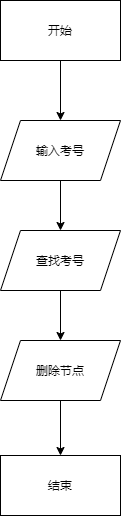
Above: CourseDesignOfDataStructure/picture/p1/Remove().png in Shotray/Gaint (draw.io), before the change. Source tidied: cells renumbered, new cells last; positions are measured from the earlier drawing's top-left corner, leaving out a move shared by most shapes. Its diagram source:
```xml
<mxGraphModel>
  <root>
    <mxCell id="0" />
    <mxCell id="1" parent="0" />
    <mxCell id="2" style="edgeStyle=orthogonalEdgeStyle;rounded=0;jettySize=auto;html=1;exitX=0.5;exitY=1;exitDx=0;exitDy=0;" parent="1" edge="1" source="3" target="5">
      <mxGeometry relative="1" as="geometry" />
    </mxCell>
    <mxCell id="3" value="开始" style="rounded=0;whiteSpace=wrap;html=1;" parent="1" vertex="1">
      <mxGeometry width="120" height="60" as="geometry" />
    </mxCell>
    <mxCell id="4" style="edgeStyle=orthogonalEdgeStyle;rounded=0;jettySize=auto;html=1;exitX=0.5;exitY=1;exitDx=0;exitDy=0;" parent="1" edge="1" source="5" target="7">
      <mxGeometry relative="1" as="geometry" />
    </mxCell>
    <mxCell id="5" value="输入考号" style="shape=parallelogram;perimeter=parallelogramPerimeter;whiteSpace=wrap;html=1;fixedSize=1;" parent="1" vertex="1">
      <mxGeometry y="120" width="120" height="60" as="geometry" />
    </mxCell>
    <mxCell id="6" style="edgeStyle=orthogonalEdgeStyle;rounded=0;jettySize=auto;html=1;exitX=0.5;exitY=1;exitDx=0;exitDy=0;entryX=0.5;entryY=0;entryDx=0;entryDy=0;" parent="1" edge="1" source="7" target="9">
      <mxGeometry relative="1" as="geometry" />
    </mxCell>
    <mxCell id="7" value="查找考号" style="shape=parallelogram;perimeter=parallelogramPerimeter;whiteSpace=wrap;html=1;fixedSize=1;" parent="1" vertex="1">
      <mxGeometry y="230" width="120" height="60" as="geometry" />
    </mxCell>
    <mxCell id="8" style="edgeStyle=orthogonalEdgeStyle;rounded=0;jettySize=auto;html=1;exitX=0.5;exitY=1;exitDx=0;exitDy=0;entryX=0.5;entryY=0;entryDx=0;entryDy=0;" parent="1" edge="1" source="9" target="10">
      <mxGeometry relative="1" as="geometry" />
    </mxCell>
    <mxCell id="9" value="删除节点" style="shape=parallelogram;perimeter=parallelogramPerimeter;whiteSpace=wrap;html=1;fixedSize=1;" parent="1" vertex="1">
      <mxGeometry y="340" width="120" height="60" as="geometry" />
    </mxCell>
    <mxCell id="10" value="结束" style="rounded=0;whiteSpace=wrap;html=1;" parent="1" vertex="1">
      <mxGeometry y="455" width="120" height="60" as="geometry" />
    </mxCell>
  </root>
</mxGraphModel>
```
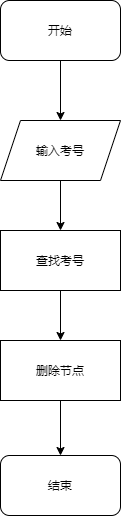
After the change.

The edit, as a diff of the source:
```diff
@@ -2,31 +2,41 @@
   <root>
     <mxCell id="0" />
     <mxCell id="1" parent="0" />
-    <mxCell id="2" style="edgeStyle=orthogonalEdgeStyle;rounded=0;jettySize=auto;html=1;exitX=0.5;exitY=1;exitDx=0;exitDy=0;" parent="1" edge="1" source="3" target="5">
-      <mxGeometry relative="1" as="geometry" />
+    <mxCell id="2" style="edgeStyle=orthogonalEdgeStyle;rounded=0;jettySize=auto;html=1;exitX=0.5;exitY=1;exitDx=0;exitDy=0;" parent="1" edge="1" target="5">
+      <mxGeometry relative="1" as="geometry">
+        <mxPoint x="60" y="60" as="sourcePoint" />
+      </mxGeometry>
     </mxCell>
-    <mxCell id="3" value="开始" style="rounded=0;whiteSpace=wrap;html=1;" parent="1" vertex="1">
-      <mxGeometry width="120" height="60" as="geometry" />
-    </mxCell>
-    <mxCell id="4" style="edgeStyle=orthogonalEdgeStyle;rounded=0;jettySize=auto;html=1;exitX=0.5;exitY=1;exitDx=0;exitDy=0;" parent="1" edge="1" source="5" target="7">
-      <mxGeometry relative="1" as="geometry" />
+    <mxCell id="4" style="edgeStyle=orthogonalEdgeStyle;rounded=0;jettySize=auto;html=1;exitX=0.5;exitY=1;exitDx=0;exitDy=0;" parent="1" edge="1" source="5">
+      <mxGeometry relative="1" as="geometry">
+        <mxPoint x="60" y="230" as="targetPoint" />
+      </mxGeometry>
     </mxCell>
     <mxCell id="5" value="输入考号" style="shape=parallelogram;perimeter=parallelogramPerimeter;whiteSpace=wrap;html=1;fixedSize=1;" parent="1" vertex="1">
       <mxGeometry y="120" width="120" height="60" as="geometry" />
     </mxCell>
-    <mxCell id="6" style="edgeStyle=orthogonalEdgeStyle;rounded=0;jettySize=auto;html=1;exitX=0.5;exitY=1;exitDx=0;exitDy=0;entryX=0.5;entryY=0;entryDx=0;entryDy=0;" parent="1" edge="1" source="7" target="9">
-      <mxGeometry relative="1" as="geometry" />
+    <mxCell id="6" style="edgeStyle=orthogonalEdgeStyle;rounded=0;orthogonalLoop=1;jettySize=auto;html=1;exitX=0.5;exitY=1;exitDx=0;exitDy=0;entryX=0.5;entryY=0;entryDx=0;entryDy=0;" parent="1" edge="1">
+      <mxGeometry relative="1" as="geometry">
+        <mxPoint x="60" y="290" as="sourcePoint" />
+        <mxPoint x="60" y="340" as="targetPoint" />
+      </mxGeometry>
     </mxCell>
+    <mxCell id="8" style="edgeStyle=orthogonalEdgeStyle;rounded=0;orthogonalLoop=1;jettySize=auto;html=1;exitX=0.5;exitY=1;exitDx=0;exitDy=0;entryX=0.5;entryY=0;entryDx=0;entryDy=0;" parent="1" edge="1">
+      <mxGeometry relative="1" as="geometry">
+        <mxPoint x="60" y="400" as="sourcePoint" />
+        <mxPoint x="60" y="455" as="targetPoint" />
+      </mxGeometry>
+    </mxCell>
+    <mxCell id="3" value="开始" style="rounded=1;whiteSpace=wrap;html=1;" parent="1" vertex="1">
+      <mxGeometry width="120" height="60" as="geometry" />
+    </mxCell>
-    <mxCell id="7" value="查找考号" style="shape=parallelogram;perimeter=parallelogramPerimeter;whiteSpace=wrap;html=1;fixedSize=1;" parent="1" vertex="1">
+    <mxCell id="7" value="查找考号" style="rounded=0;whiteSpace=wrap;html=1;" parent="1" vertex="1">
       <mxGeometry y="230" width="120" height="60" as="geometry" />
     </mxCell>
-    <mxCell id="8" style="edgeStyle=orthogonalEdgeStyle;rounded=0;jettySize=auto;html=1;exitX=0.5;exitY=1;exitDx=0;exitDy=0;entryX=0.5;entryY=0;entryDx=0;entryDy=0;" parent="1" edge="1" source="9" target="10">
-      <mxGeometry relative="1" as="geometry" />
-    </mxCell>
-    <mxCell id="9" value="删除节点" style="shape=parallelogram;perimeter=parallelogramPerimeter;whiteSpace=wrap;html=1;fixedSize=1;" parent="1" vertex="1">
+    <mxCell id="9" value="删除节点" style="rounded=0;whiteSpace=wrap;html=1;" parent="1" vertex="1">
       <mxGeometry y="340" width="120" height="60" as="geometry" />
     </mxCell>
-    <mxCell id="10" value="结束" style="rounded=0;whiteSpace=wrap;html=1;" parent="1" vertex="1">
+    <mxCell id="10" value="结束" style="rounded=1;whiteSpace=wrap;html=1;" parent="1" vertex="1">
       <mxGeometry y="455" width="120" height="60" as="geometry" />
     </mxCell>
   </root>
```
